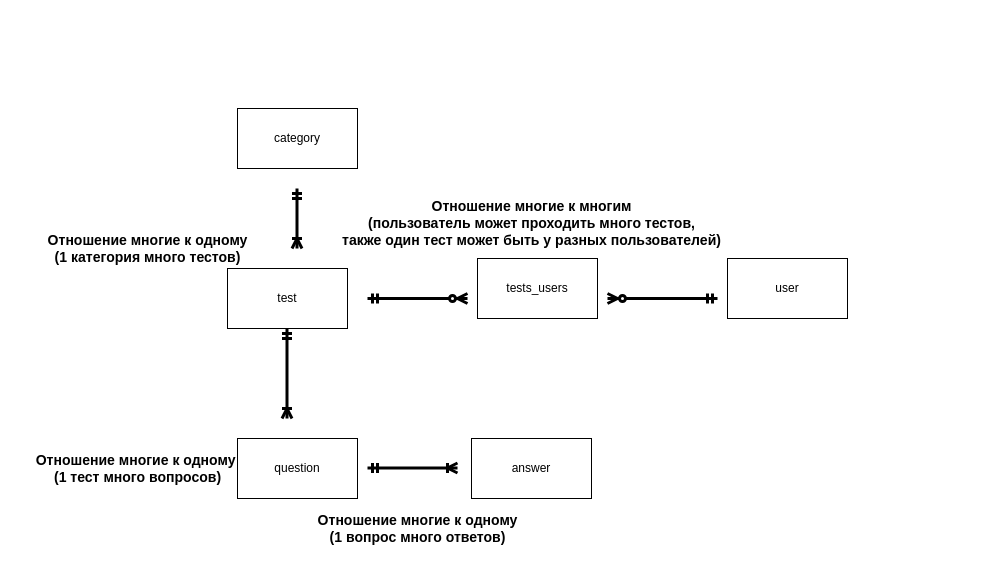
Above: Untitled Diagram.drawio in banprest/Lesson (draw.io), before the change. Source tidied: cells renumbered, new cells numbered last; positions are measured from the earlier drawing's top-left corner, leaving out a move shared by most shapes. Both pictures are drawn from the tidied source at 100%, with x=0, y=0 at pixel (27, 108).
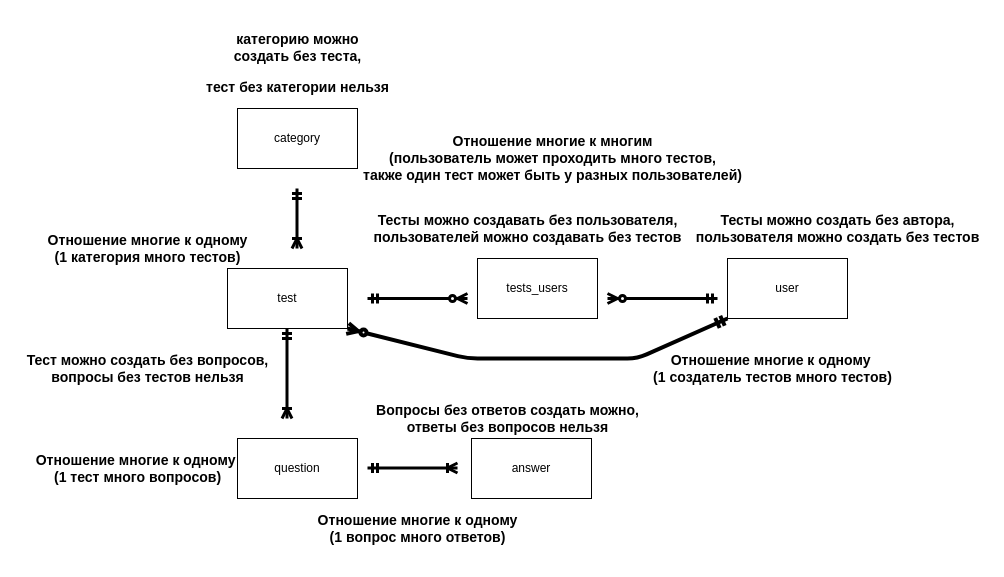
The same diagram, later.

Unchanged cells that the change refers to:
```xml
<mxCell id="2" value="test" style="rounded=0;whiteSpace=wrap;html=1;strokeWidth=1;perimeterSpacing=0;" parent="1" vertex="1">
  <mxGeometry x="200" y="160" width="120" height="60" as="geometry" />
</mxCell>
```

Change to the diagram source:
```diff
@@
     <mxCell id="16" value="&lt;h3&gt;Отношение многие к многим&lt;br&gt;(пользователь может проходить много тестов,&lt;br&gt; также один тест может быть у разных пользователей)&lt;/h3&gt;" style="text;html=1;align=center;verticalAlign=middle;" parent="1" vertex="1">
-      <mxGeometry x="309" y="75" width="390" height="80" as="geometry" />
+      <mxGeometry x="330" y="10" width="390" height="80" as="geometry" />
     </mxCell>
+    <mxCell id="17" value="&lt;h3&gt;категорию можно&lt;br&gt;создать без теста,&lt;/h3&gt;&lt;h3&gt;тест без категории нельзя&lt;/h3&gt;" style="text;html=1;align=center;verticalAlign=middle;" parent="1" vertex="1">
+      <mxGeometry x="170" y="-90" width="200" height="90" as="geometry" />
+    </mxCell>
+    <mxCell id="18" value="&lt;h3&gt;Тест можно создать без вопросов,&lt;br&gt;вопросы без тестов нельзя&lt;/h3&gt;" style="text;html=1;align=center;verticalAlign=middle;" parent="1" vertex="1">
+      <mxGeometry x="-10" y="230" width="260" height="60" as="geometry" />
+    </mxCell>
+    <mxCell id="19" value="&lt;h3&gt;Вопросы без ответов создать можно,&lt;br&gt;ответы без вопросов нельзя&lt;/h3&gt;" style="text;html=1;align=center;verticalAlign=middle;" parent="1" vertex="1">
+      <mxGeometry x="340" y="280" width="280" height="60" as="geometry" />
+    </mxCell>
+    <mxCell id="20" style="endArrow=ERmandOne;html=1;exitX=1;exitY=1;exitDx=0;exitDy=0;strokeWidth=4;startArrow=ERzeroToMany;startFill=1;endFill=0;" parent="1" edge="1" source="2">
+      <mxGeometry relative="1" as="geometry">
+        <mxPoint x="700" y="210" as="targetPoint" />
+        <Array as="points">
+          <mxPoint x="440" y="250" />
+          <mxPoint x="610" y="250" />
+        </Array>
+      </mxGeometry>
+    </mxCell>
+    <mxCell id="21" value="&lt;h3&gt;Отношение многие к одному&amp;nbsp;&lt;br&gt;(1 создатель тестов много тестов)&lt;/h3&gt;" style="text;html=1;align=center;verticalAlign=middle;" parent="1" vertex="1">
+      <mxGeometry x="620" y="230" width="250" height="60" as="geometry" />
+    </mxCell>
+    <mxCell id="22" value="&lt;h3&gt;Тесты можно создать без автора,&lt;br&gt;пользователя можно создать без тестов&lt;/h3&gt;" style="text;html=1;align=center;verticalAlign=middle;" parent="1" vertex="1">
+      <mxGeometry x="660" y="90" width="300" height="60" as="geometry" />
+    </mxCell>
+    <mxCell id="23" value="&lt;h3&gt;Тесты можно создавать без пользователя,&lt;br&gt;пользователей можно создавать без тестов&lt;/h3&gt;" style="text;html=1;align=center;verticalAlign=middle;" parent="1" vertex="1">
+      <mxGeometry x="340" y="90" width="320" height="60" as="geometry" />
+    </mxCell>
```
